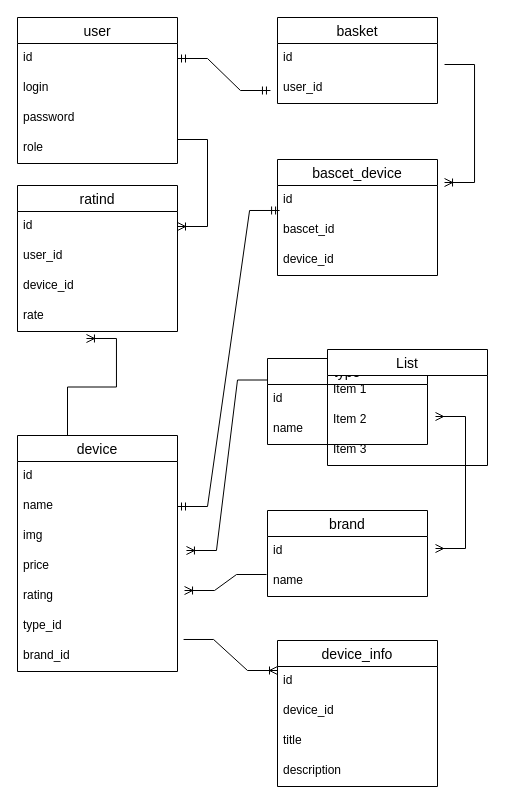
The draw.io diagram Диаграмма без названия.drawio in shevtsovsv/draw.io, before the edit. Source tidied: cells renumbered, new cells numbered last; positions are measured from the earlier drawing's top-left corner, leaving out a move shared by most shapes. Both pictures are drawn from the tidied source at 100%, with x=0, y=0 at pixel (17, 17).
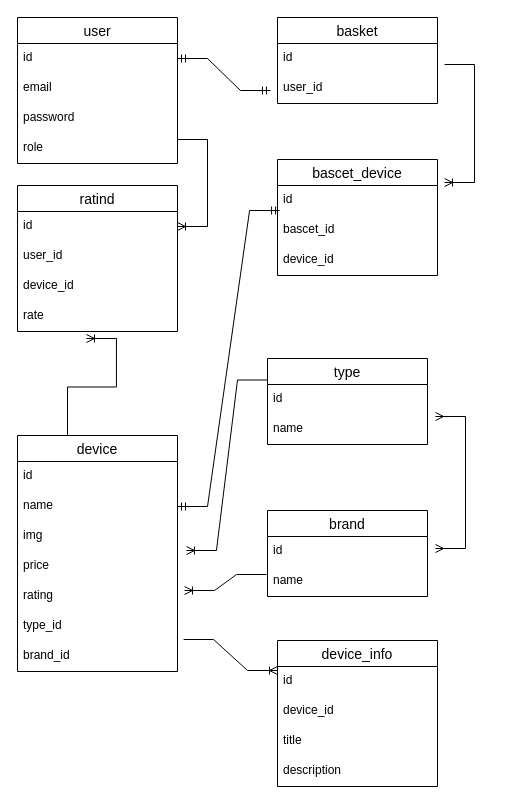
The same diagram, later.

Unchanged cells that the change refers to:
```xml
<mxCell id="2" value="user" style="swimlane;fontStyle=0;horizontal=1;startSize=26;align=center;fontSize=14;" parent="1" vertex="1">
  <mxGeometry width="160" height="146" as="geometry" />
</mxCell>
```

Diff of the diagram source:
```diff
@@
-    <mxCell id="4" value="login" style="text;strokeColor=none;fillColor=none;spacingLeft=4;spacingRight=4;overflow=hidden;fontSize=12;whiteSpace=wrap;html=1;" parent="2" vertex="1">
+    <mxCell id="4" value="email" style="text;strokeColor=none;fillColor=none;spacingLeft=4;spacingRight=4;overflow=hidden;fontSize=12;whiteSpace=wrap;html=1;" parent="2" vertex="1">
       <mxGeometry y="56" width="160" height="30" as="geometry" />
     </mxCell>
@@
-    <mxCell id="40" value="List" style="swimlane;fontStyle=0;horizontal=1;startSize=26;align=center;fontSize=14;" parent="1" vertex="1">
-      <mxGeometry x="310" y="332" width="160" height="116" as="geometry" />
-    </mxCell>
-    <mxCell id="41" value="Item 1" style="text;strokeColor=none;fillColor=none;spacingLeft=4;spacingRight=4;overflow=hidden;fontSize=12;whiteSpace=wrap;html=1;" parent="40" vertex="1">
-      <mxGeometry y="26" width="160" height="30" as="geometry" />
-    </mxCell>
-    <mxCell id="42" value="Item 2" style="text;strokeColor=none;fillColor=none;spacingLeft=4;spacingRight=4;overflow=hidden;fontSize=12;whiteSpace=wrap;html=1;" parent="40" vertex="1">
-      <mxGeometry y="56" width="160" height="30" as="geometry" />
-    </mxCell>
-    <mxCell id="43" value="Item 3" style="text;strokeColor=none;fillColor=none;spacingLeft=4;spacingRight=4;overflow=hidden;fontSize=12;whiteSpace=wrap;html=1;" parent="40" vertex="1">
-      <mxGeometry y="86" width="160" height="30" as="geometry" />
-    </mxCell>
```
